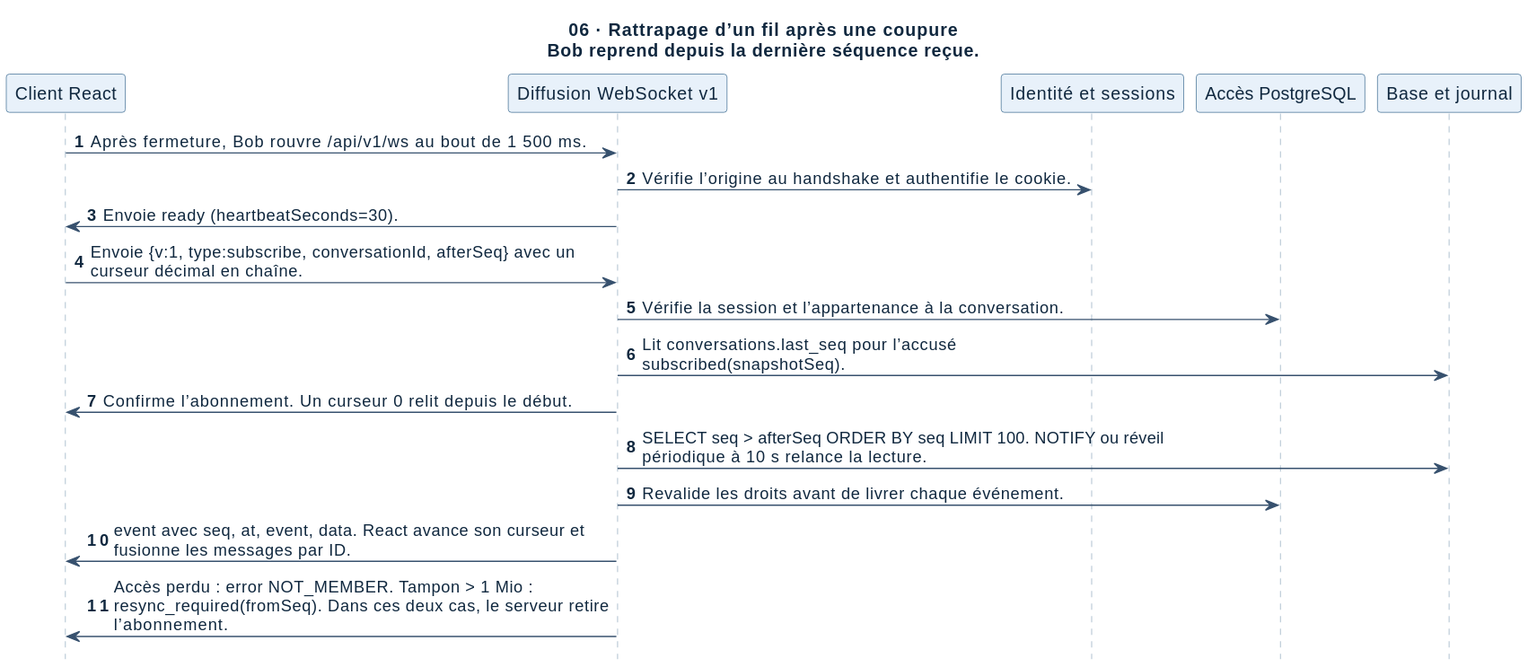
This is docs/architecture/svg/06-reconnexion.svg from Zayonx-0/ChatISEN, a PlantUML export, as it was before one commit.
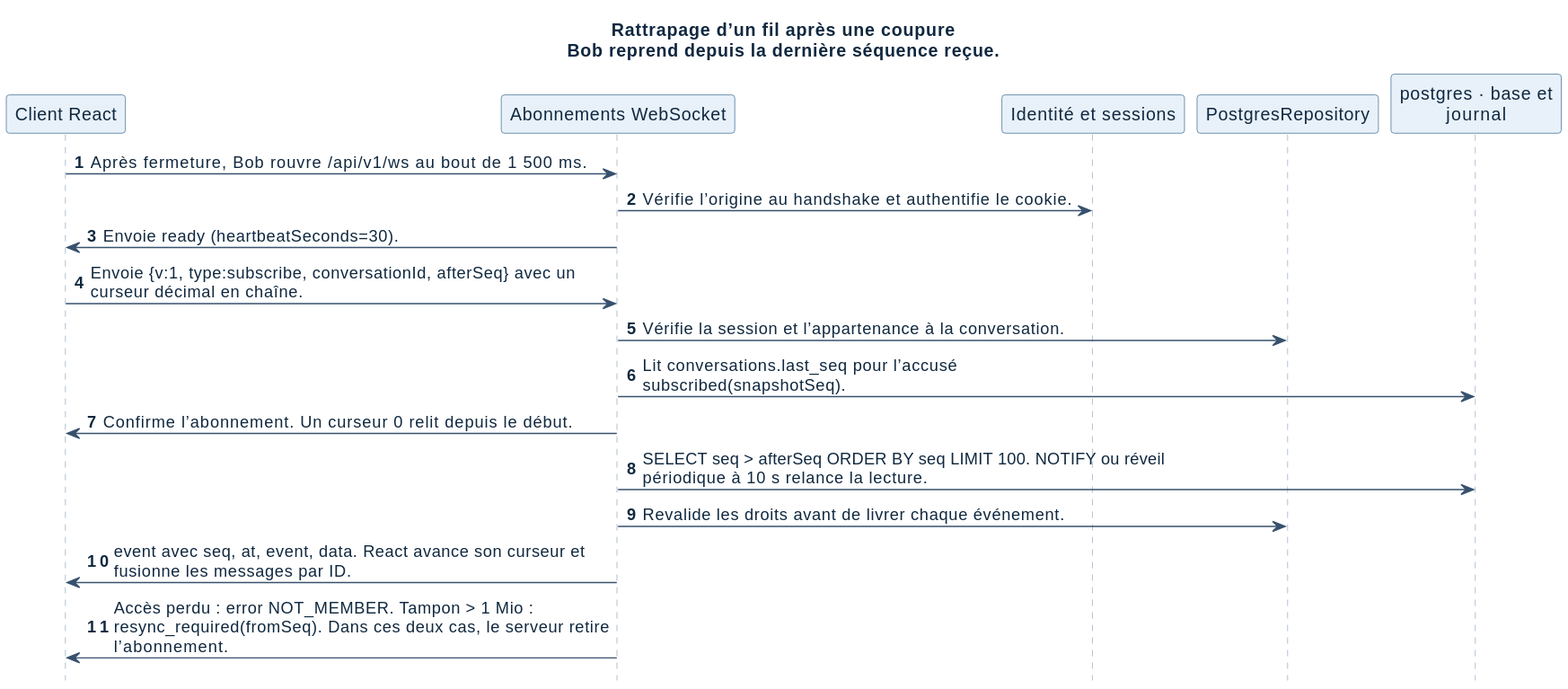
The same file after the commit.

Diff of the diagram source:
```diff
@@ -9,12 +9,12 @@
 skinparam sequenceArrowColor #37516E
 hide footbox
 autonumber
-title 06 · Rattrapage d’un fil après une coupure\nBob reprend depuis la dernière séquence reçue.
+title Rattrapage d’un fil après une coupure\nBob reprend depuis la dernière séquence reçue.
 participant "Client React" as p0
-participant "Diffusion WebSocket v1" as p1
+participant "Abonnements WebSocket" as p1
 participant "Identité et sessions" as p2
-participant "Accès PostgreSQL" as p3
-participant "Base et journal" as p4
+participant "PostgresRepository" as p3
+participant "postgres · base et\njournal" as p4
 p0 -> p1: Après fermeture, Bob rouvre /api/v1/ws au bout de 1 500 ms.
 p1 -> p2: Vérifie l’origine au handshake et authentifie le cookie.
 p1 -> p0: Envoie ready (heartbeatSeconds=30).
```
